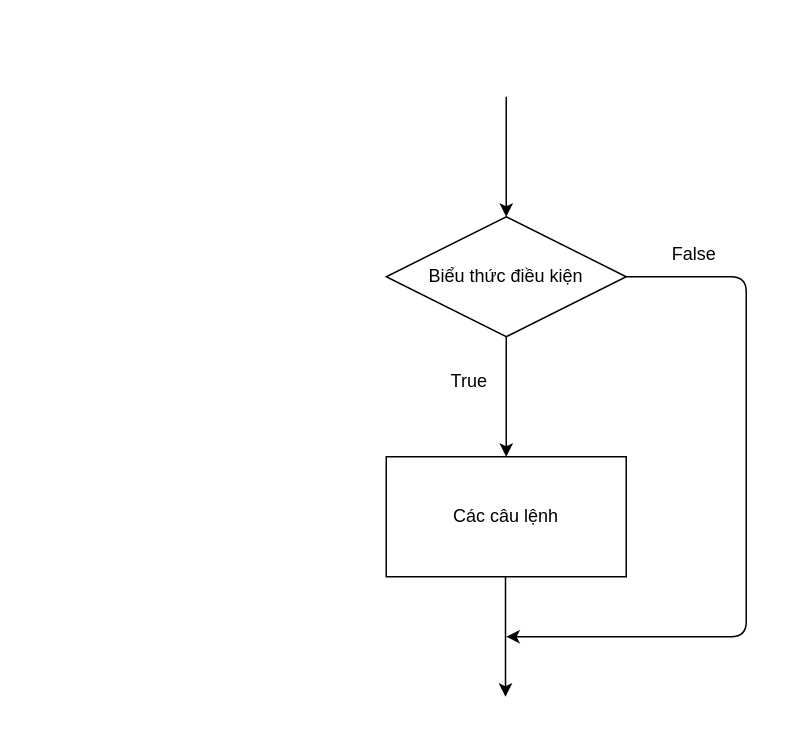
Above: SourceJava/CHUONG1/IF1.drawio in NguyenPhiHao/Java (draw.io), before the change. Source tidied: cells renumbered, new cells numbered last; positions are measured from the earlier drawing's top-left corner, leaving out a move shared by most shapes. Both pictures are drawn from the tidied source at 150%, with x=0, y=0 at pixel (386, 96).
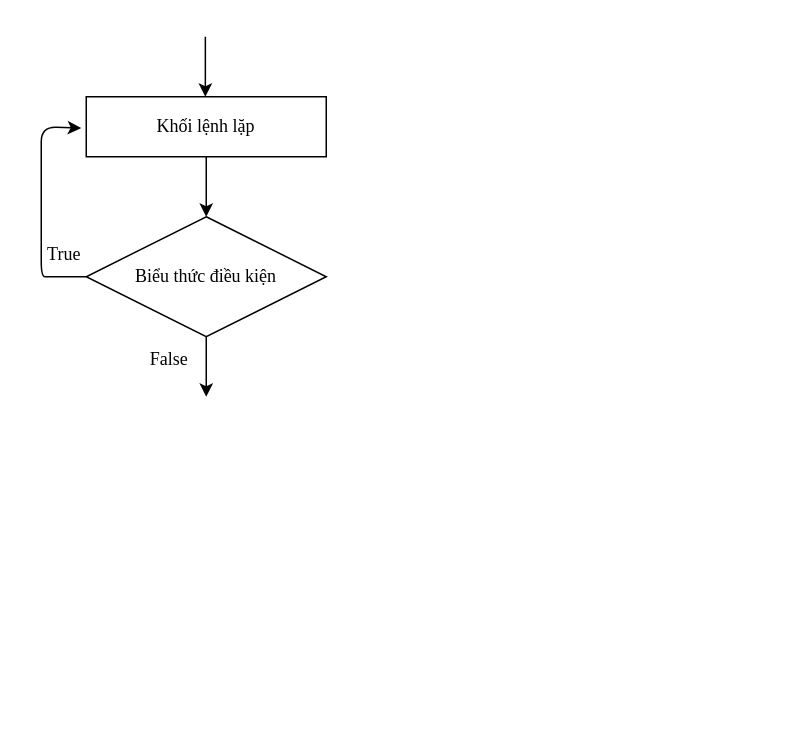
Above is the later version.

Change to the diagram source:
```diff
@@
 <mxGraphModel>
   <root>
     <mxCell id="0" />
     <mxCell id="1" parent="0" />
     <mxCell id="2" style="edgeStyle=none;html=1;entryX=0.5;entryY=0;entryDx=0;entryDy=0;" parent="1" edge="1" target="4">
       <mxGeometry relative="1" as="geometry">
-        <mxPoint x="80" as="sourcePoint" />
+        <mxPoint x="-120" y="40" as="sourcePoint" />
       </mxGeometry>
     </mxCell>
-    <mxCell id="3" style="edgeStyle=none;html=1;entryX=0.5;entryY=0;entryDx=0;entryDy=0;" parent="1" edge="1" source="4" target="6">
-      <mxGeometry relative="1" as="geometry" />
+    <mxCell id="3" style="edgeStyle=none;html=1;entryX=0.5;entryY=0;entryDx=0;entryDy=0;" parent="1" edge="1" source="4">
+      <mxGeometry relative="1" as="geometry">
+        <mxPoint x="-120" y="200" as="targetPoint" />
+      </mxGeometry>
     </mxCell>
-    <mxCell id="4" value="Biểu thức điều kiện" style="rhombus;whiteSpace=wrap;html=1;" parent="1" vertex="1">
-      <mxGeometry y="80" width="160" height="80" as="geometry" />
+    <mxCell id="4" value="&lt;font face=&quot;Times New Roman&quot;&gt;Biểu thức điều kiện&lt;/font&gt;" style="rhombus;whiteSpace=wrap;html=1;" parent="1" vertex="1">
+      <mxGeometry x="-200" y="80" width="160" height="80" as="geometry" />
     </mxCell>
-    <mxCell id="5" style="edgeStyle=none;html=1;entryX=0.5;entryY=0;entryDx=0;entryDy=0;" parent="1" edge="1" source="6">
-      <mxGeometry relative="1" as="geometry">
-        <mxPoint x="80" y="320" as="targetPoint" />
-      </mxGeometry>
-    </mxCell>
-    <mxCell id="6" value="Các câu lệnh" style="rounded=0;whiteSpace=wrap;html=1;" parent="1" vertex="1">
-      <mxGeometry y="240" width="160" height="80" as="geometry" />
-    </mxCell>
-    <mxCell id="7" style="edgeStyle=none;html=1;entryX=0.5;entryY=0;entryDx=0;entryDy=0;" parent="1" edge="1">
-      <mxGeometry relative="1" as="geometry">
-        <mxPoint x="79.5" y="320" as="sourcePoint" />
-        <mxPoint x="79.5" y="400" as="targetPoint" />
-      </mxGeometry>
-    </mxCell>
-    <mxCell id="8" style="endArrow=classic;html=1;" parent="1" edge="1">
-      <mxGeometry relative="1" as="geometry">
-        <mxPoint x="160" y="120" as="sourcePoint" />
-        <mxPoint x="80" y="360" as="targetPoint" />
-        <Array as="points">
-          <mxPoint x="240" y="120" />
-          <mxPoint x="240" y="360" />
-        </Array>
-      </mxGeometry>
-    </mxCell>
+    <mxCell id="11" style="edgeStyle=none;html=1;entryX=-0.021;entryY=0.521;entryDx=0;entryDy=0;entryPerimeter=0;exitX=0;exitY=0.5;exitDx=0;exitDy=0;" parent="1" edge="1" source="4" target="12">
+      <mxGeometry relative="1" as="geometry">
+        <Array as="points">
+          <mxPoint x="-220" y="120" />
+          <mxPoint x="-230" y="120" />
+          <mxPoint x="-230" y="20" />
+        </Array>
+      </mxGeometry>
+    </mxCell>
-    <mxCell id="9" value="True" style="text;html=1;align=center;verticalAlign=middle;strokeColor=none;fillColor=none;" parent="1" vertex="1">
-      <mxGeometry x="30" y="175" width="50" height="30" as="geometry" />
+    <mxCell id="9" value="&lt;font face=&quot;Times New Roman&quot;&gt;True&lt;/font&gt;" style="text;html=1;align=center;verticalAlign=middle;strokeColor=none;fillColor=none;" parent="1" vertex="1">
+      <mxGeometry x="-240" y="90" width="50" height="30" as="geometry" />
     </mxCell>
-    <mxCell id="10" value="False" style="text;html=1;align=center;verticalAlign=middle;strokeColor=none;fillColor=none;" parent="1" vertex="1">
-      <mxGeometry x="180" y="90" width="50" height="30" as="geometry" />
+    <mxCell id="10" value="&lt;font face=&quot;Times New Roman&quot;&gt;False&lt;/font&gt;" style="text;html=1;align=center;verticalAlign=middle;strokeColor=none;fillColor=none;" parent="1" vertex="1">
+      <mxGeometry x="-170" y="160" width="50" height="30" as="geometry" />
     </mxCell>
+    <mxCell id="12" value="&lt;font face=&quot;Times New Roman&quot;&gt;Khối lệnh lặp&lt;/font&gt;" style="rounded=0;whiteSpace=wrap;html=1;" parent="1" vertex="1">
+      <mxGeometry x="-200" width="160" height="40" as="geometry" />
+    </mxCell>
+    <mxCell id="13" style="edgeStyle=none;html=1;entryX=0.5;entryY=0;entryDx=0;entryDy=0;" parent="1" edge="1">
+      <mxGeometry relative="1" as="geometry">
+        <mxPoint x="-120.6" y="-40" as="sourcePoint" />
+        <mxPoint x="-120.6" as="targetPoint" />
+      </mxGeometry>
+    </mxCell>
   </root>
 </mxGraphModel>
```
